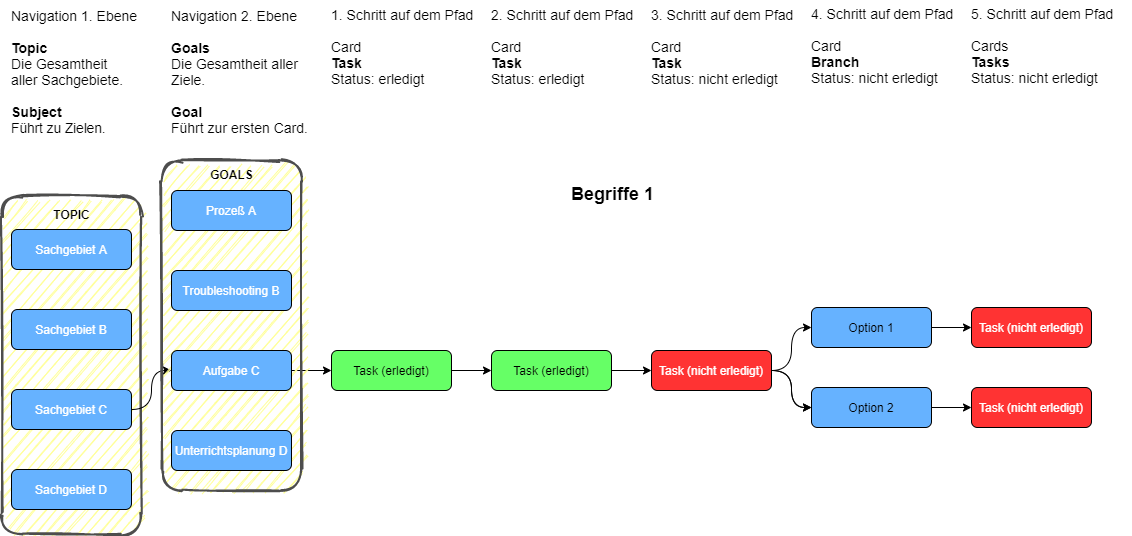
Before: documentation/images/cs-begriffe-01.png, a diagram exported from draw.io (petersell/cardstepper). Source tidied: cells renumbered, new cells last; positions are measured from the earlier drawing's top-left corner, leaving out a move shared by most shapes.
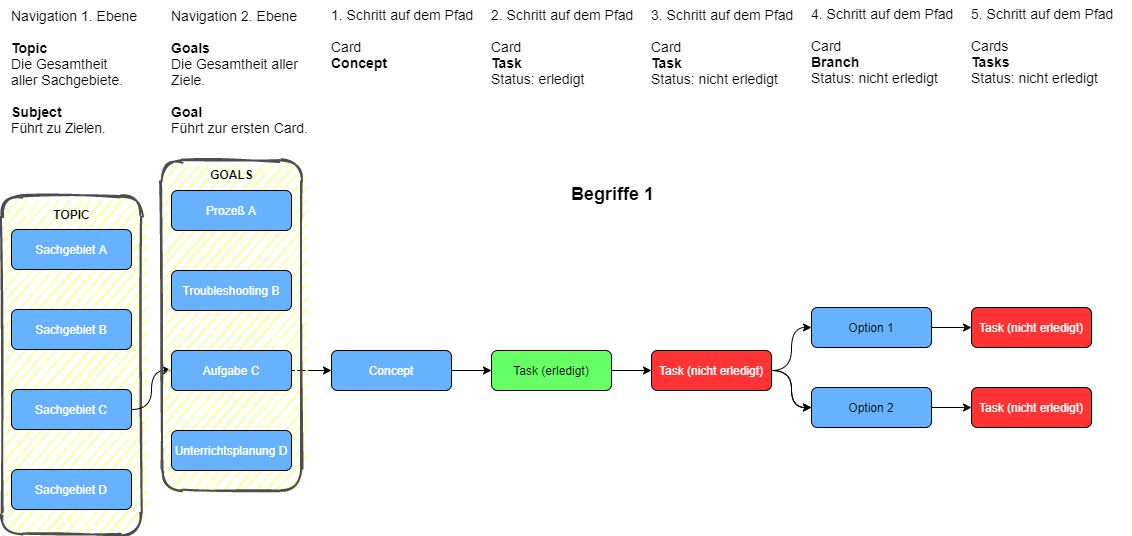
Above is the later version.

The edit, as a diff of the source:
```diff
@@ -20,7 +20,7 @@
     <mxCell id="7" style="edgeStyle=orthogonalEdgeStyle;rounded=0;jettySize=auto;html=1;" parent="1" edge="1" source="8" target="10">
       <mxGeometry relative="1" as="geometry" />
     </mxCell>
-    <mxCell id="8" value="Task (erledigt)" style="rounded=1;whiteSpace=wrap;html=1;fillColor=#66FF66;" parent="1" vertex="1">
+    <mxCell id="8" value="&lt;font color=&quot;#ffffff&quot;&gt;Concept&lt;/font&gt;" style="rounded=1;whiteSpace=wrap;html=1;fillColor=#66B2FF;" parent="1" vertex="1">
       <mxGeometry x="330" y="350" width="120" height="40" as="geometry" />
     </mxCell>
     <mxCell id="9" style="edgeStyle=orthogonalEdgeStyle;rounded=0;jettySize=auto;html=1;" parent="1" edge="1" source="10" target="14">
@@ -47,8 +47,8 @@
     <mxCell id="16" style="edgeStyle=orthogonalEdgeStyle;rounded=0;jettySize=auto;html=1;" parent="1" edge="1" source="32" target="35">
       <mxGeometry relative="1" as="geometry" />
     </mxCell>
-    <mxCell id="17" value="1. Schritt auf dem Pfad&lt;br&gt;&lt;br&gt;Card&lt;br style=&quot;font-size: 14px&quot;&gt;&lt;b&gt;Task&lt;/b&gt;&lt;br style=&quot;font-size: 14px&quot;&gt;Status: erledigt" style="text;html=1;align=left;verticalAlign=middle;fontSize=14;spacing=0;" parent="1" vertex="1">
-      <mxGeometry x="330" y="1" width="160" height="90" as="geometry" />
+    <mxCell id="17" value="1. Schritt auf dem Pfad&lt;br&gt;&lt;br&gt;Card&lt;br style=&quot;font-size: 14px&quot;&gt;&lt;b&gt;Concept&lt;/b&gt;" style="text;html=1;align=left;verticalAlign=middle;fontSize=14;spacing=0;" parent="1" vertex="1">
+      <mxGeometry x="330" y="3" width="160" height="70" as="geometry" />
     </mxCell>
     <mxCell id="18" value="2. Schritt auf dem Pfad&lt;br&gt;&lt;br&gt;Card&lt;br style=&quot;font-size: 14px&quot;&gt;&lt;b&gt;Task&lt;/b&gt;&lt;br style=&quot;font-size: 14px&quot;&gt;Status: erledigt" style="text;html=1;align=left;verticalAlign=middle;fontSize=14;spacing=0;" parent="1" vertex="1">
       <mxGeometry x="490" y="1" width="160" height="90" as="geometry" />
```
